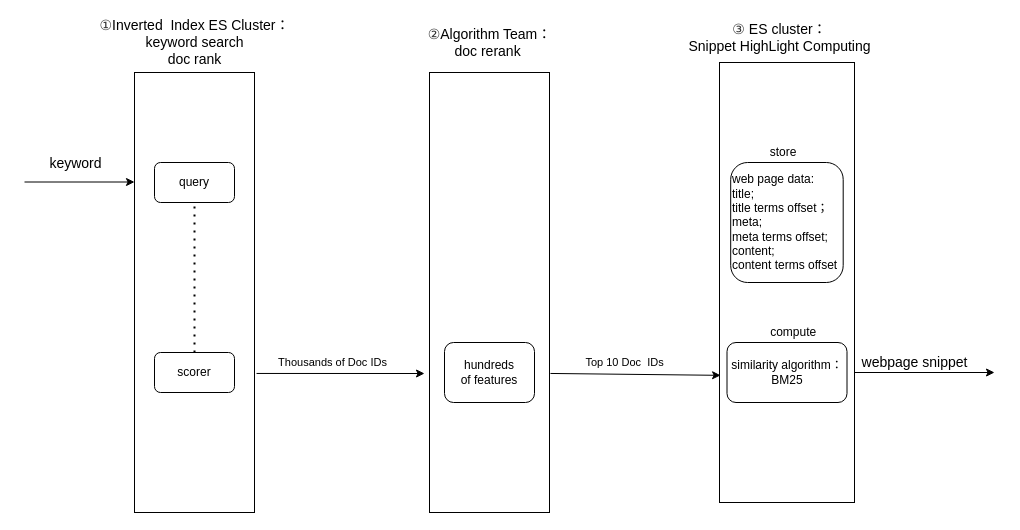
This is Untitled Diagram.drawio from weizheng1990s/Diagram, a draw.io file, before an edit. Source tidied: cells renumbered, new cells numbered last; positions are measured from the earlier drawing's top-left corner, leaving out a move shared by most shapes. Both pictures are drawn from the tidied source at 100%, with x=0, y=0 at pixel (24, 17).
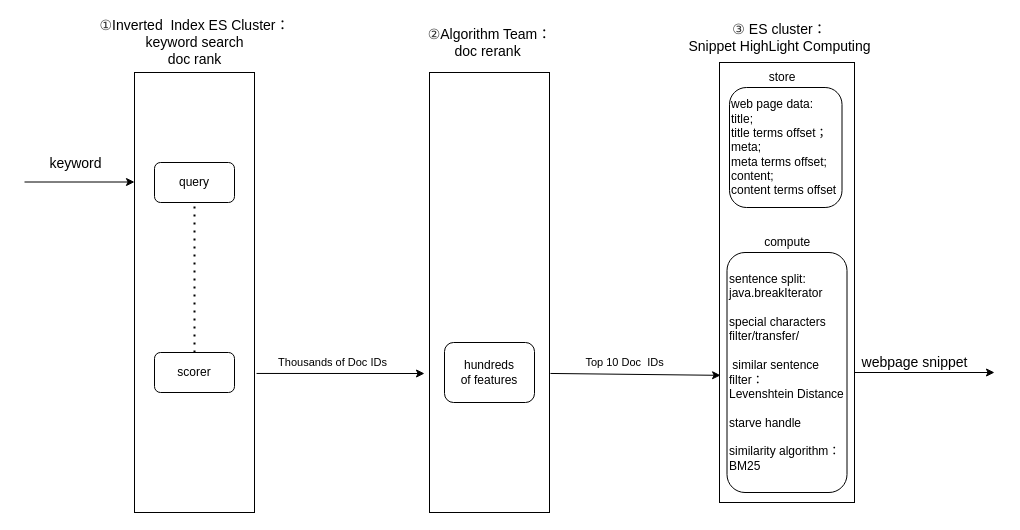
After the change.

Commit message:
webpage search 3

Diff of the diagram source:
```diff
@@
     <mxCell id="17" value="web page data:&lt;br&gt;title;&lt;br&gt;title terms offset；meta; &lt;br&gt;meta terms offset;&lt;br&gt;content;&lt;br&gt;content terms offset" style="rounded=1;whiteSpace=wrap;html=1;align=left;" parent="1" vertex="1">
-      <mxGeometry x="706.2" y="145" width="112.5" height="120" as="geometry" />
+      <mxGeometry x="705" y="70" width="112.5" height="120" as="geometry" />
     </mxCell>
-    <mxCell id="18" value="similarity algorithm：BM25" style="rounded=1;whiteSpace=wrap;html=1;" parent="1" vertex="1">
-      <mxGeometry x="702.5" y="325" width="120" height="60" as="geometry" />
+    <mxCell id="18" value="sentence split:&lt;br&gt;java.breakIterator&lt;br&gt;&lt;br&gt;special characters filter/transfer/&lt;br&gt;&lt;br&gt;&amp;nbsp;similar sentence filter：&lt;br&gt;Levenshtein Distance&lt;br&gt;&lt;br&gt;starve handle&lt;br&gt;&lt;br&gt;similarity algorithm：BM25" style="rounded=1;whiteSpace=wrap;html=1;align=left;" parent="1" vertex="1">
+      <mxGeometry x="702.5" y="235" width="120" height="240" as="geometry" />
     </mxCell>
     <mxCell id="19" value="store" style="text;html=1;strokeColor=none;fillColor=none;align=center;verticalAlign=middle;whiteSpace=wrap;rounded=0;" parent="1" vertex="1">
-      <mxGeometry x="739.2" y="125" width="40" height="20" as="geometry" />
+      <mxGeometry x="738" y="50" width="40" height="20" as="geometry" />
     </mxCell>
     <mxCell id="20" value="&amp;nbsp;compute" style="text;html=1;strokeColor=none;fillColor=none;align=center;verticalAlign=middle;whiteSpace=wrap;rounded=0;" parent="1" vertex="1">
-      <mxGeometry x="739.2" y="305" width="57" height="20" as="geometry" />
+      <mxGeometry x="732.8" y="215" width="57" height="20" as="geometry" />
     </mxCell>
```
